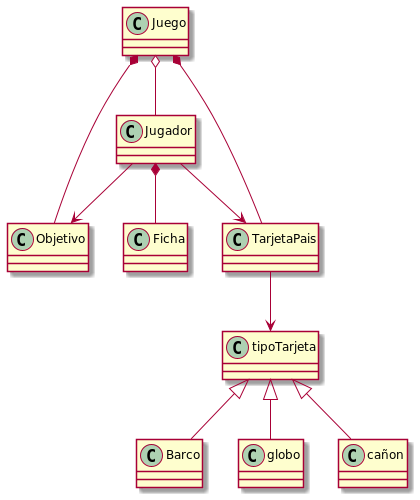
Cristianfca197/altego keeps this PlantUML diagram as src/main/diagramas_puml/DiagramaDeClasesJugador.png. Above is the earlier version.
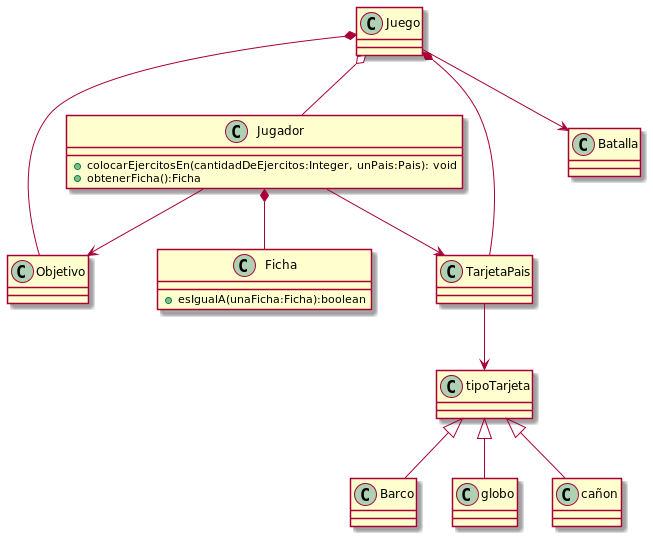
Later version of the same file.

Diff of the diagram source:
```diff
@@ -1,5 +1,12 @@
 @startuml
 
+class Jugador{
+    + colocarEjercitosEn(cantidadDeEjercitos:Integer, unPais:Pais): void
+    + obtenerFicha():Ficha
+}
+class Ficha{
+    + esIgualA(unaFicha:Ficha):boolean
+}
 Juego o-- Jugador
 Jugador *-- Ficha
 Jugador --> Objetivo
@@ -12,4 +19,7 @@
 tipoTarjeta <|-- cañon
 
 Juego *-- Objetivo
+Juego --> Batalla
+
+
 @enduml
```
